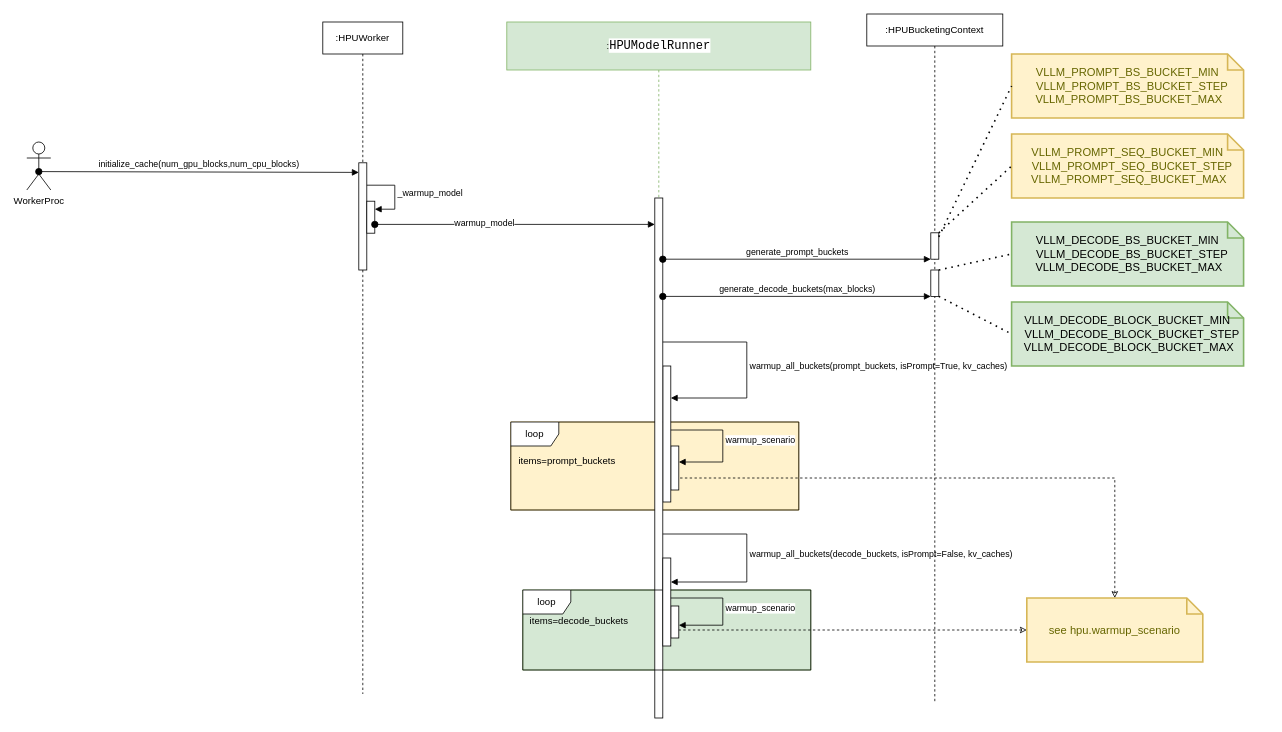
Earlier version of the draw.io diagram page "hpu.warmup_buckets" (8 of 11) of vllm/engine/vllm.drawio (chaojun-zhang/vllm). Source tidied: cells renumbered, new cells numbered last; positions are measured from the earlier drawing's top-left corner, leaving out a move shared by most shapes. Both pictures are drawn from the tidied source at 80%, with x=0, y=0 at pixel (26, 14).
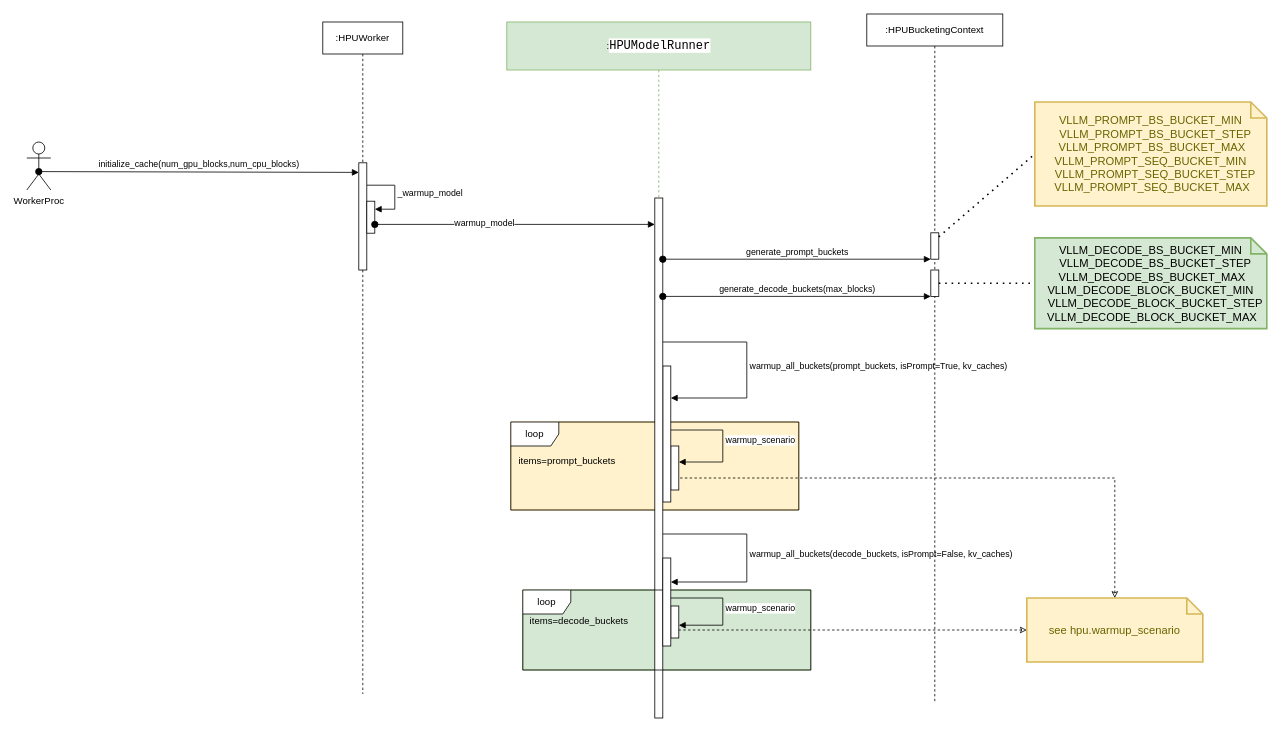
The same diagram, later.

The change refers to these unchanged cells:
```xml
<mxCell id="26" style="html=1;points=[[0,0,0,0,5],[0,1,0,0,-5],[1,0,0,0,5],[1,1,0,0,-5]];perimeter=orthogonalPerimeter;outlineConnect=0;targetShapes=umlLifeline;portConstraint=eastwest;newEdgeStyle={&quot;curved&quot;:0,&quot;rounded&quot;:0};" parent="25" vertex="1">
  <mxGeometry x="80" y="273.5" width="10" height="33" as="geometry" />
</mxCell>
<mxCell id="27" style="html=1;points=[[0,0,0,0,5],[0,1,0,0,-5],[1,0,0,0,5],[1,1,0,0,-5]];perimeter=orthogonalPerimeter;outlineConnect=0;targetShapes=umlLifeline;portConstraint=eastwest;newEdgeStyle={&quot;curved&quot;:0,&quot;rounded&quot;:0};" parent="25" vertex="1">
  <mxGeometry x="80" y="320" width="10" height="33" as="geometry" />
</mxCell>
```

Diff of the diagram source:
```diff
@@
-    <mxCell id="30" value="VLLM_PROMPT_BS_BUCKET_MIN&lt;div&gt;&amp;nbsp; &amp;nbsp;VLLM_PROMPT_BS_BUCKET_STEP&lt;/div&gt;&lt;div&gt;&amp;nbsp;VLLM_PROMPT_BS_BUCKET_MAX&lt;/div&gt;" style="shape=note;strokeWidth=2;fontSize=14;size=20;whiteSpace=wrap;html=1;fillColor=#fff2cc;strokeColor=#d6b656;fontColor=#666600;" parent="1" vertex="1">
-      <mxGeometry x="1231" y="50" width="290" height="80" as="geometry" />
+    <mxCell id="30" value="VLLM_PROMPT_BS_BUCKET_MIN&lt;div&gt;&amp;nbsp; &amp;nbsp;VLLM_PROMPT_BS_BUCKET_STEP&lt;/div&gt;&lt;div&gt;&amp;nbsp;VLLM_PROMPT_BS_BUCKET_MAX&lt;/div&gt;&lt;div&gt;VLLM_PROMPT_SEQ_BUCKET_MIN&lt;div&gt;&amp;nbsp; &amp;nbsp;VLLM_PROMPT_SEQ_BUCKET_STEP&lt;/div&gt;&lt;div&gt;&amp;nbsp;VLLM_PROMPT_SEQ_BUCKET_MAX&lt;/div&gt;&lt;/div&gt;" style="shape=note;strokeWidth=2;fontSize=14;size=20;whiteSpace=wrap;html=1;fillColor=#fff2cc;strokeColor=#d6b656;fontColor=#666600;" parent="1" vertex="1">
+      <mxGeometry x="1260" y="110" width="290" height="130" as="geometry" />
     </mxCell>
-    <mxCell id="31" value="VLLM_PROMPT_SEQ_BUCKET_MIN&lt;div&gt;&amp;nbsp; &amp;nbsp;VLLM_PROMPT_SEQ_BUCKET_STEP&lt;/div&gt;&lt;div&gt;&amp;nbsp;VLLM_PROMPT_SEQ_BUCKET_MAX&lt;/div&gt;" style="shape=note;strokeWidth=2;fontSize=14;size=20;whiteSpace=wrap;html=1;fillColor=#fff2cc;strokeColor=#d6b656;fontColor=#666600;" parent="1" vertex="1">
-      <mxGeometry x="1231" y="150" width="290" height="80" as="geometry" />
-    </mxCell>
-    <mxCell id="32" value="VLLM_DECODE_BS_BUCKET_MIN&lt;div&gt;&amp;nbsp; &amp;nbsp;VLLM_DECODE_BS_BUCKET_STEP&lt;/div&gt;&lt;div&gt;&amp;nbsp;VLLM_DECODE_BS_BUCKET_MAX&lt;/div&gt;" style="shape=note;strokeWidth=2;fontSize=14;size=20;whiteSpace=wrap;html=1;fillColor=#d5e8d4;strokeColor=#82b366;" parent="1" vertex="1">
-      <mxGeometry x="1231" y="260" width="290" height="80" as="geometry" />
+    <mxCell id="32" value="VLLM_DECODE_BS_BUCKET_MIN&lt;div&gt;&amp;nbsp; &amp;nbsp;VLLM_DECODE_BS_BUCKET_STEP&lt;/div&gt;&lt;div&gt;&amp;nbsp;VLLM_DECODE_BS_BUCKET_MAX&lt;/div&gt;&lt;div&gt;VLLM_DECODE_BLOCK_BUCKET_MIN&lt;div&gt;&amp;nbsp; &amp;nbsp;VLLM_DECODE_BLOCK_BUCKET_STEP&lt;/div&gt;&lt;div&gt;&amp;nbsp;VLLM_DECODE_BLOCK_BUCKET_MAX&lt;/div&gt;&lt;/div&gt;" style="shape=note;strokeWidth=2;fontSize=14;size=20;whiteSpace=wrap;html=1;fillColor=#d5e8d4;strokeColor=#82b366;" parent="1" vertex="1">
+      <mxGeometry x="1260" y="279.8" width="290" height="113.5" as="geometry" />
     </mxCell>
-    <mxCell id="33" value="VLLM_DECODE_BLOCK_BUCKET_MIN&lt;div&gt;&amp;nbsp; &amp;nbsp;VLLM_DECODE_BLOCK_BUCKET_STEP&lt;/div&gt;&lt;div&gt;&amp;nbsp;VLLM_DECODE_BLOCK_BUCKET_MAX&lt;/div&gt;" style="shape=note;strokeWidth=2;fontSize=14;size=20;whiteSpace=wrap;html=1;fillColor=#d5e8d4;strokeColor=#82b366;" parent="1" vertex="1">
-      <mxGeometry x="1231" y="360" width="290" height="80" as="geometry" />
-    </mxCell>
@@
-    <mxCell id="35" style="endArrow=none;dashed=1;html=1;dashPattern=1 3;strokeWidth=2;rounded=0;entryX=0;entryY=0.5;entryDx=0;entryDy=0;entryPerimeter=0;" parent="1" edge="1" source="26" target="31">
-      <mxGeometry relative="1" as="geometry" />
-    </mxCell>
-    <mxCell id="36" style="endArrow=none;dashed=1;html=1;dashPattern=1 3;strokeWidth=2;rounded=0;entryX=0;entryY=0.5;entryDx=0;entryDy=0;entryPerimeter=0;" parent="1" edge="1" source="27" target="33">
-      <mxGeometry relative="1" as="geometry" />
-    </mxCell>
```
